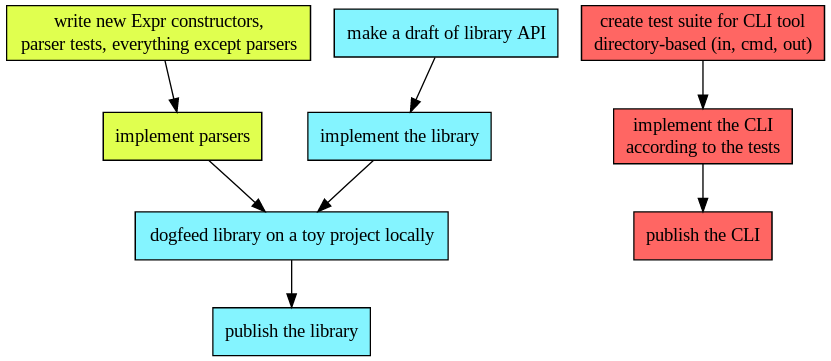
Above: assets/roadmap.png in elm-in-elm/compiler (Graphviz), before the change. Its source is kept beside it as assets/roadmap.dot.
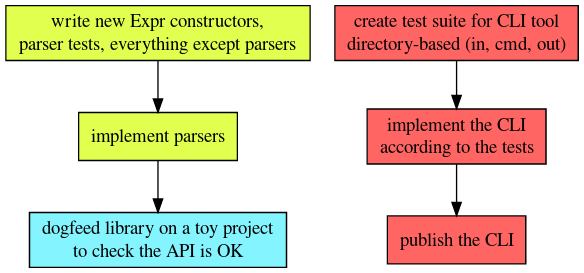
The same file after the commit.

Commit message:
Current state of library

Change to the diagram source:
```diff
@@ -10,12 +10,8 @@
 
     {
         node[style=filled,fillcolor="#84f4ff"]
-        F[label="make a draft of library API"]
-        G[label="implement the library"]
-        H[label="publish the library"]
-        L[label="dogfeed library on a toy project locally"]
+        L[label="dogfeed library on a toy project\nto check the API is OK"]
     }
-
 
     {
         node[style=filled,fillcolor="#ff6663"]
@@ -25,9 +21,6 @@
     }
 
     A -> B -> L
-
-    F -> G -> L -> H
-
     K -> I -> J
 
 }
```
